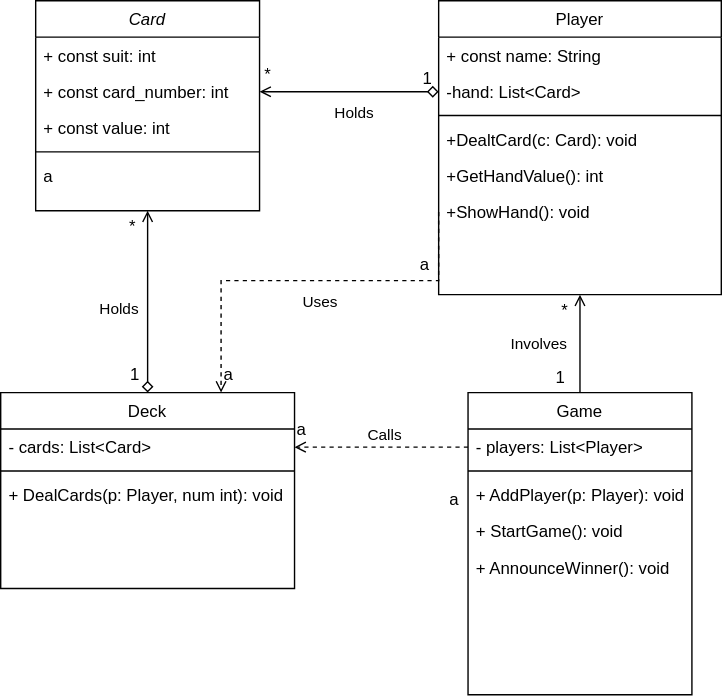
The draw.io diagram assets/Domain model.drawio.svg in Morsianeren/DeifExercisePublic, before a commit. Source tidied: cells renumbered, new cells last; positions are measured from the earlier drawing's top-left corner, leaving out a move shared by most shapes.
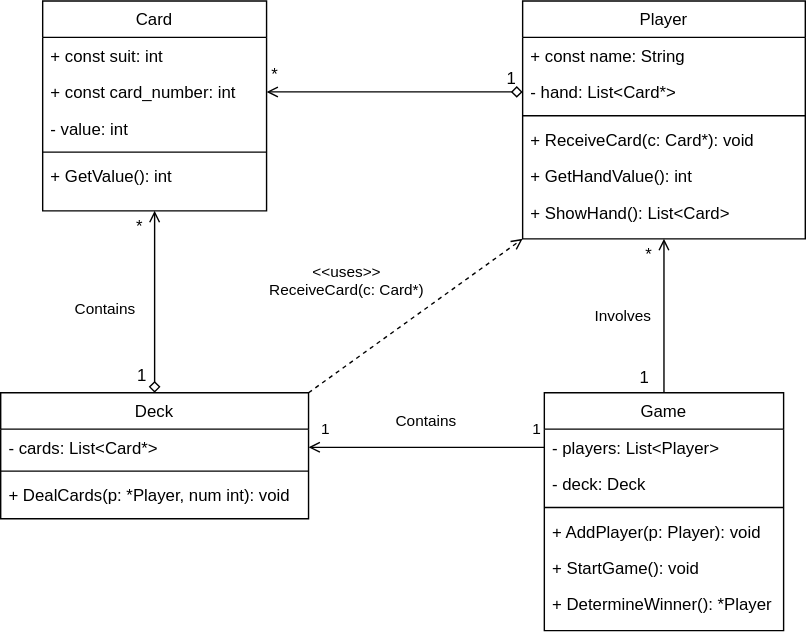
Above is the later version.

Change to the diagram source:
```diff
@@ -2,8 +2,8 @@
   <root>
     <mxCell id="0" />
     <mxCell id="1" parent="0" />
-    <mxCell id="2" value="Card" style="swimlane;fontStyle=2;align=center;verticalAlign=top;horizontal=1;startSize=26;rounded=0;shadow=0;strokeWidth=1;" parent="1" vertex="1">
-      <mxGeometry x="25" width="160" height="150" as="geometry" />
+    <mxCell id="2" value="Card" style="swimlane;fontStyle=0;align=center;verticalAlign=top;horizontal=1;startSize=26;rounded=0;shadow=0;strokeWidth=1;" parent="1" vertex="1">
+      <mxGeometry x="-30" width="160" height="150" as="geometry" />
     </mxCell>
     <mxCell id="3" value="+ const suit: int" style="text;align=left;verticalAlign=top;spacingLeft=4;spacingRight=4;overflow=hidden;" parent="2" vertex="1">
       <mxGeometry y="26" width="160" height="26" as="geometry" />
@@ -11,68 +11,71 @@
     <mxCell id="4" value="+ const card_number: int" style="text;align=left;verticalAlign=top;spacingLeft=4;spacingRight=4;overflow=hidden;points=[[0,0.5],[1,0.5]];portConstraint=eastwest;rounded=0;shadow=0;html=0;" parent="2" vertex="1">
       <mxGeometry y="52" width="160" height="26" as="geometry" />
     </mxCell>
-    <mxCell id="5" value="+ const value: int" style="text;align=left;verticalAlign=top;spacingLeft=4;spacingRight=4;overflow=hidden;rounded=0;shadow=0;html=0;" parent="2" vertex="1">
+    <mxCell id="5" value="- value: int" style="text;align=left;verticalAlign=top;spacingLeft=4;spacingRight=4;overflow=hidden;rounded=0;shadow=0;html=0;" parent="2" vertex="1">
       <mxGeometry y="78" width="160" height="26" as="geometry" />
     </mxCell>
     <mxCell id="6" style="line;html=1;strokeWidth=1;align=left;verticalAlign=middle;spacingTop=-1;spacingLeft=3;spacingRight=3;labelPosition=right;" parent="2" vertex="1">
       <mxGeometry y="104" width="160" height="8" as="geometry" />
     </mxCell>
-    <mxCell id="7" value="a" style="text;align=left;verticalAlign=top;spacingLeft=4;spacingRight=4;overflow=hidden;" parent="2" vertex="1">
+    <mxCell id="7" value="+ GetValue(): int" style="text;align=left;verticalAlign=top;spacingLeft=4;spacingRight=4;overflow=hidden;" parent="2" vertex="1">
       <mxGeometry y="112" width="160" height="26" as="geometry" />
     </mxCell>
     <mxCell id="8" value="Deck" style="swimlane;fontStyle=0;align=center;verticalAlign=top;horizontal=1;startSize=26;rounded=0;shadow=0;strokeWidth=1;" parent="1" vertex="1">
-      <mxGeometry y="280" width="210" height="140" as="geometry" />
+      <mxGeometry x="-60" y="280" width="220" height="90" as="geometry" />
     </mxCell>
-    <mxCell id="9" value="- cards: List&lt;Card&gt;" style="text;align=left;verticalAlign=top;spacingLeft=4;spacingRight=4;overflow=hidden;points=[[0,0.5],[1,0.5]];portConstraint=eastwest;" parent="8" vertex="1">
-      <mxGeometry y="26" width="210" height="26" as="geometry" />
+    <mxCell id="9" value="- cards: List&lt;Card*&gt;" style="text;align=left;verticalAlign=top;spacingLeft=4;spacingRight=4;overflow=hidden;points=[[0,0.5],[1,0.5]];portConstraint=eastwest;" parent="8" vertex="1">
+      <mxGeometry y="26" width="220" height="26" as="geometry" />
     </mxCell>
     <mxCell id="10" style="line;html=1;strokeWidth=1;align=left;verticalAlign=middle;spacingTop=-1;spacingLeft=3;spacingRight=3;labelPosition=right;" parent="8" vertex="1">
-      <mxGeometry y="52" width="210" height="8" as="geometry" />
+      <mxGeometry y="52" width="220" height="8" as="geometry" />
     </mxCell>
-    <mxCell id="11" value="+ DealCards(p: Player, num int): void" style="text;align=left;verticalAlign=top;spacingLeft=4;spacingRight=4;overflow=hidden;" parent="8" vertex="1">
-      <mxGeometry y="60" width="210" height="26" as="geometry" />
+    <mxCell id="11" value="+ DealCards(p: *Player, num int): void" style="text;align=left;verticalAlign=top;spacingLeft=4;spacingRight=4;overflow=hidden;" parent="8" vertex="1">
+      <mxGeometry y="60" width="220" height="26" as="geometry" />
     </mxCell>
     <mxCell id="12" value="Player" style="swimlane;fontStyle=0;align=center;verticalAlign=top;horizontal=1;startSize=26;rounded=0;shadow=0;strokeWidth=1;" parent="1" vertex="1">
-      <mxGeometry x="313" width="202" height="210" as="geometry" />
+      <mxGeometry x="313" width="202" height="170" as="geometry" />
     </mxCell>
     <mxCell id="13" value="+ const name: String" style="text;align=left;verticalAlign=top;spacingLeft=4;spacingRight=4;overflow=hidden;" parent="12" vertex="1">
       <mxGeometry y="26" width="202" height="26" as="geometry" />
     </mxCell>
-    <mxCell id="14" value="-hand: List&lt;Card&gt;" style="text;align=left;verticalAlign=top;spacingLeft=4;spacingRight=4;overflow=hidden;points=[[0,0.5],[1,0.5]];portConstraint=eastwest;rounded=0;shadow=0;html=0;" parent="12" vertex="1">
+    <mxCell id="14" value="- hand: List&lt;Card*&gt;" style="text;align=left;verticalAlign=top;spacingLeft=4;spacingRight=4;overflow=hidden;points=[[0,0.5],[1,0.5]];portConstraint=eastwest;rounded=0;shadow=0;html=0;" parent="12" vertex="1">
       <mxGeometry y="52" width="202" height="26" as="geometry" />
     </mxCell>
     <mxCell id="15" style="line;html=1;strokeWidth=1;align=left;verticalAlign=middle;spacingTop=-1;spacingLeft=3;spacingRight=3;labelPosition=right;" parent="12" vertex="1">
       <mxGeometry y="78" width="202" height="8" as="geometry" />
     </mxCell>
-    <mxCell id="16" value="+DealtCard(c: Card): void" style="text;align=left;verticalAlign=top;spacingLeft=4;spacingRight=4;overflow=hidden;" parent="12" vertex="1">
+    <mxCell id="16" value="+ ReceiveCard(c: Card*): void" style="text;align=left;verticalAlign=top;spacingLeft=4;spacingRight=4;overflow=hidden;" parent="12" vertex="1">
       <mxGeometry y="86" width="202" height="26" as="geometry" />
     </mxCell>
-    <mxCell id="17" value="+GetHandValue(): int" style="text;align=left;verticalAlign=top;spacingLeft=4;spacingRight=4;overflow=hidden;" parent="12" vertex="1">
+    <mxCell id="17" value="+ GetHandValue(): int" style="text;align=left;verticalAlign=top;spacingLeft=4;spacingRight=4;overflow=hidden;" parent="12" vertex="1">
       <mxGeometry y="112" width="202" height="26" as="geometry" />
     </mxCell>
-    <mxCell id="18" value="+ShowHand(): void" style="text;align=left;verticalAlign=top;spacingLeft=4;spacingRight=4;overflow=hidden;points=[[0,0.5],[1,0.5]];portConstraint=eastwest;" parent="12" vertex="1">
+    <mxCell id="18" value="+ ShowHand(): List&lt;Card&gt;" style="text;align=left;verticalAlign=top;spacingLeft=4;spacingRight=4;overflow=hidden;points=[[0,0.5],[1,0.5]];portConstraint=eastwest;" parent="12" vertex="1">
       <mxGeometry y="138" width="202" height="26" as="geometry" />
     </mxCell>
     <mxCell id="19" value="Game" style="swimlane;fontStyle=0;align=center;verticalAlign=top;horizontal=1;startSize=26;rounded=0;shadow=0;strokeWidth=1;" parent="1" vertex="1">
-      <mxGeometry x="334" y="280" width="160" height="216" as="geometry" />
+      <mxGeometry x="328.5" y="280" width="171" height="170" as="geometry" />
     </mxCell>
     <mxCell id="20" value="- players: List&lt;Player&gt;" style="text;align=left;verticalAlign=top;spacingLeft=4;spacingRight=4;overflow=hidden;points=[[0,0.5],[1,0.5]];portConstraint=eastwest;" parent="19" vertex="1">
-      <mxGeometry y="26" width="160" height="26" as="geometry" />
+      <mxGeometry y="26" width="171" height="26" as="geometry" />
     </mxCell>
+    <mxCell id="40" value="- deck: Deck" style="text;align=left;verticalAlign=top;spacingLeft=4;spacingRight=4;overflow=hidden;" parent="19" vertex="1">
+      <mxGeometry y="52" width="171" height="26" as="geometry" />
+    </mxCell>
     <mxCell id="21" style="line;html=1;strokeWidth=1;align=left;verticalAlign=middle;spacingTop=-1;spacingLeft=3;spacingRight=3;labelPosition=right;" parent="19" vertex="1">
-      <mxGeometry y="52" width="160" height="8" as="geometry" />
+      <mxGeometry y="78" width="171" height="8" as="geometry" />
     </mxCell>
     <mxCell id="22" value="+ AddPlayer(p: Player): void" style="text;align=left;verticalAlign=top;spacingLeft=4;spacingRight=4;overflow=hidden;" parent="19" vertex="1">
-      <mxGeometry y="60" width="160" height="26" as="geometry" />
+      <mxGeometry y="86" width="171" height="26" as="geometry" />
     </mxCell>
     <mxCell id="23" value="+ StartGame(): void" style="text;align=left;verticalAlign=top;spacingLeft=4;spacingRight=4;overflow=hidden;" parent="19" vertex="1">
-      <mxGeometry y="86" width="160" height="26" as="geometry" />
+      <mxGeometry y="112" width="171" height="26" as="geometry" />
     </mxCell>
-    <mxCell id="24" value="+ AnnounceWinner(): void" style="text;align=left;verticalAlign=top;spacingLeft=4;spacingRight=4;overflow=hidden;" parent="19" vertex="1">
-      <mxGeometry y="112" width="160" height="26" as="geometry" />
+    <mxCell id="24" value="+ DetermineWinner(): *Player" style="text;align=left;verticalAlign=top;spacingLeft=4;spacingRight=4;overflow=hidden;" parent="19" vertex="1">
+      <mxGeometry y="138" width="171" height="26" as="geometry" />
     </mxCell>
-    <mxCell id="25" value="Holds" style="endArrow=open;shadow=0;strokeWidth=1;rounded=0;curved=0;endFill=0;edgeStyle=elbowEdgeStyle;elbow=vertical;entryX=0.5;entryY=1;entryDx=0;entryDy=0;exitX=0.5;exitY=0;exitDx=0;exitDy=0;startArrow=diamond;startFill=0;" parent="1" edge="1" source="8" target="2">
-      <mxGeometry x="-0.08" y="20" relative="1" as="geometry" />
+    <mxCell id="25" value="Contains" style="endArrow=open;shadow=0;strokeWidth=1;rounded=0;curved=0;endFill=0;edgeStyle=elbowEdgeStyle;elbow=vertical;entryX=0.5;entryY=1;entryDx=0;entryDy=0;exitX=0.5;exitY=0;exitDx=0;exitDy=0;startArrow=diamond;startFill=0;" parent="1" edge="1" source="8" target="2">
+      <mxGeometry x="-0.08" y="35" relative="1" as="geometry" />
     </mxCell>
     <mxCell id="26" value="1" style="align=left;verticalAlign=bottom;labelBackgroundColor=none;fontSize=12;" parent="25" vertex="1">
       <mxGeometry x="-1" relative="1" as="geometry">
@@ -97,8 +100,8 @@
         <mxPoint x="-7" y="20" as="offset" />
       </mxGeometry>
     </mxCell>
-    <mxCell id="31" value="Holds" style="endArrow=open;shadow=0;strokeWidth=1;rounded=0;curved=0;endFill=0;edgeStyle=elbowEdgeStyle;elbow=vertical;exitX=0;exitY=0.5;exitDx=0;exitDy=0;entryX=1;entryY=0.5;entryDx=0;entryDy=0;startArrow=diamond;startFill=0;" parent="1" edge="1" source="14" target="4">
-      <mxGeometry x="-0.06" y="15" relative="1" as="geometry" />
+    <mxCell id="31" style="endArrow=open;shadow=0;strokeWidth=1;rounded=0;curved=0;endFill=0;edgeStyle=elbowEdgeStyle;elbow=vertical;exitX=0;exitY=0.5;exitDx=0;exitDy=0;entryX=1;entryY=0.5;entryDx=0;entryDy=0;startArrow=diamond;startFill=0;" parent="1" edge="1" source="14" target="4">
+      <mxGeometry y="15" relative="1" as="geometry" />
     </mxCell>
     <mxCell id="32" value="1" style="align=left;verticalAlign=bottom;labelBackgroundColor=none;fontSize=12;" parent="31" vertex="1">
       <mxGeometry x="-1" relative="1" as="geometry">
@@ -110,39 +113,25 @@
         <mxPoint x="10" y="-4" as="offset" />
       </mxGeometry>
     </mxCell>
-    <mxCell id="34" value="Uses" style="endArrow=open;shadow=0;strokeWidth=1;rounded=0;curved=0;endFill=0;edgeStyle=elbowEdgeStyle;elbow=vertical;entryX=0.75;entryY=0;entryDx=0;entryDy=0;exitX=0;exitY=0.5;exitDx=0;exitDy=0;dashed=1;" parent="1" edge="1" source="18" target="8">
-      <mxGeometry x="-0.06" y="15" relative="1" as="geometry">
-        <Array as="points">
-          <mxPoint x="205" y="200" />
-        </Array>
-      </mxGeometry>
+    <mxCell id="34" value="&lt;&lt;uses&gt;&gt;&#10;ReceiveCard(c: Card*)" style="endArrow=open;shadow=0;strokeWidth=1;rounded=0;endFill=0;elbow=vertical;exitX=1;exitY=0;exitDx=0;exitDy=0;dashed=1;entryX=0;entryY=1;entryDx=0;entryDy=0;" parent="1" edge="1" source="8" target="12">
+      <mxGeometry x="-0.27" y="49" relative="1" as="geometry" />
     </mxCell>
-    <mxCell id="35" value="a" style="align=left;verticalAlign=bottom;labelBackgroundColor=none;fontSize=12;" parent="34" vertex="1">
-      <mxGeometry x="-1" relative="1" as="geometry">
-        <mxPoint x="-15" y="46" as="offset" />
-      </mxGeometry>
-    </mxCell>
-    <mxCell id="36" value="a" style="align=right;verticalAlign=bottom;labelBackgroundColor=none;fontSize=12;" parent="34" vertex="1">
-      <mxGeometry x="1" relative="1" as="geometry">
-        <mxPoint x="10" y="-4" as="offset" />
-      </mxGeometry>
-    </mxCell>
-    <mxCell id="37" value="Calls" style="endArrow=open;shadow=0;strokeWidth=1;rounded=0;curved=0;endFill=0;edgeStyle=elbowEdgeStyle;elbow=vertical;entryX=1;entryY=0.5;entryDx=0;entryDy=0;exitX=0;exitY=0.5;exitDx=0;exitDy=0;dashed=1;" parent="1" edge="1" source="20" target="9">
-      <mxGeometry x="-0.05" y="-9" relative="1" as="geometry">
+    <mxCell id="37" value="Contains" style="endArrow=open;shadow=0;strokeWidth=1;rounded=0;curved=0;endFill=0;edgeStyle=elbowEdgeStyle;elbow=vertical;entryX=1;entryY=0.5;entryDx=0;entryDy=0;exitX=0;exitY=0.5;exitDx=0;exitDy=0;" parent="1" edge="1" source="20" target="9">
+      <mxGeometry x="-0.01" y="-19" relative="1" as="geometry">
         <Array as="points">
           <mxPoint x="265" y="319" />
         </Array>
       </mxGeometry>
     </mxCell>
-    <mxCell id="38" value="a" style="align=left;verticalAlign=bottom;labelBackgroundColor=none;fontSize=12;" parent="37" vertex="1">
-      <mxGeometry x="-1" relative="1" as="geometry">
-        <mxPoint x="-15" y="46" as="offset" />
-      </mxGeometry>
-    </mxCell>
-    <mxCell id="39" value="a" style="align=right;verticalAlign=bottom;labelBackgroundColor=none;fontSize=12;" parent="37" vertex="1">
-      <mxGeometry x="1" relative="1" as="geometry">
-        <mxPoint x="10" y="-4" as="offset" />
-      </mxGeometry>
-    </mxCell>
+    <mxCell id="41" value="1" style="edgeLabel;html=1;align=center;verticalAlign=middle;" parent="37" vertex="1">
+      <mxGeometry x="-0.78" relative="1" as="geometry">
+        <mxPoint x="12" y="-13" as="offset" />
+      </mxGeometry>
+    </mxCell>
+    <mxCell id="42" value="1" style="edgeLabel;html=1;align=center;verticalAlign=middle;" parent="37" vertex="1">
+      <mxGeometry x="0.81" y="-1" relative="1" as="geometry">
+        <mxPoint x="-4" y="-12" as="offset" />
+      </mxGeometry>
+    </mxCell>
   </root>
 </mxGraphModel>
```
